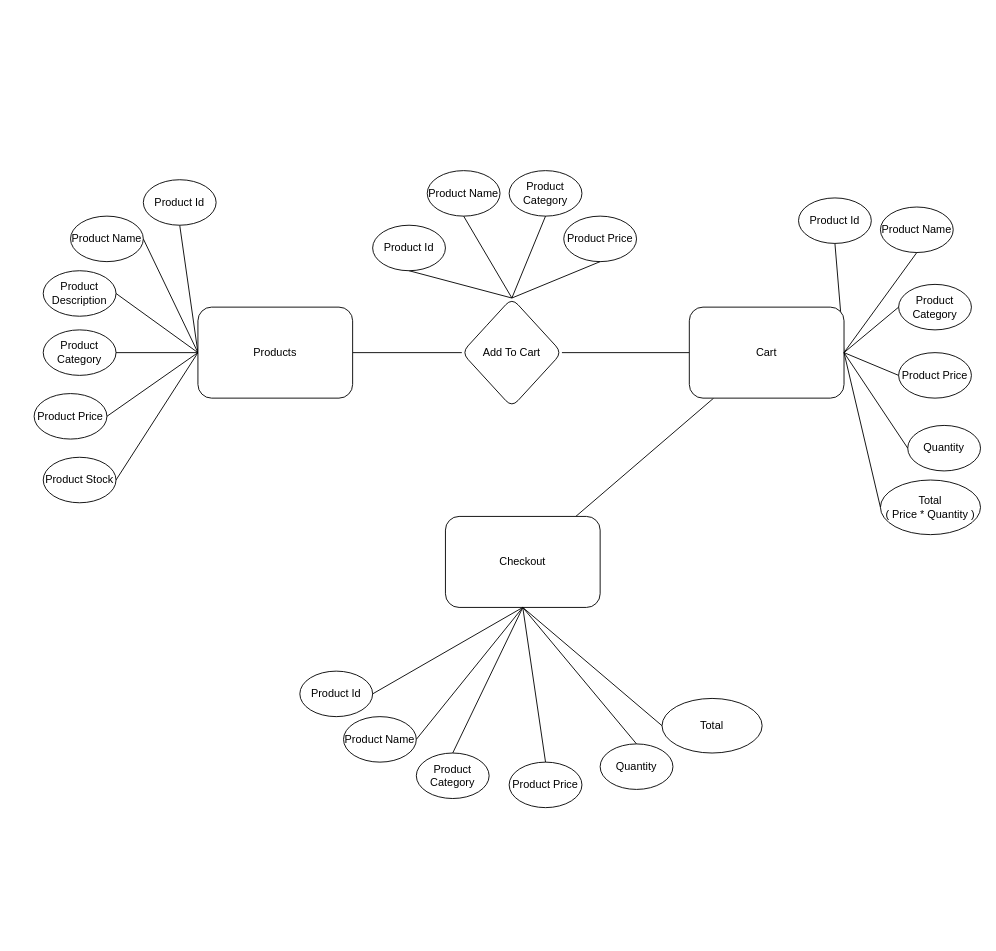
Above: MiniProject.drawio in RamadhanRzq/MiniProject-B (draw.io), before the change. Source tidied: cells renumbered, new cells numbered last; positions are measured from the earlier drawing's top-left corner, leaving out a move shared by most shapes. Both pictures are drawn from the tidied source at 91%, with x=0, y=0 at pixel (34, 170).
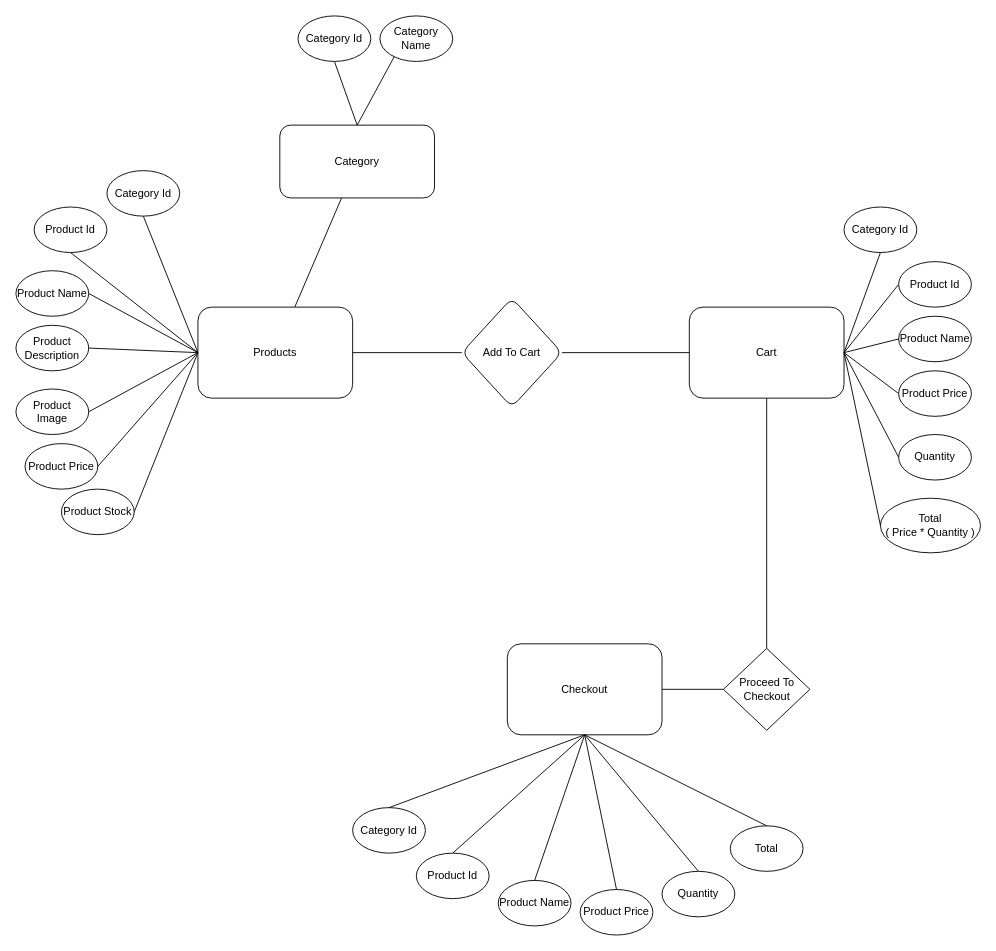
Above is the later version.

The change refers to these unchanged cells:
```xml
<mxCell id="6" value="Products" style="rounded=1;whiteSpace=wrap;html=1;" parent="1" vertex="1">
  <mxGeometry x="180" y="150" width="170" height="100" as="geometry" />
</mxCell>
<mxCell id="15" value="Add To Cart" style="rhombus;whiteSpace=wrap;html=1;rounded=1;" parent="1" vertex="1">
  <mxGeometry x="470" y="140" width="110" height="120" as="geometry" />
</mxCell>
<mxCell id="18" value="Cart" style="rounded=1;whiteSpace=wrap;html=1;" parent="1" vertex="1">
  <mxGeometry x="720" y="150" width="170" height="100" as="geometry" />
</mxCell>
```

Diff of the diagram source:
```diff
@@
+    <mxCell id="53" style="rounded=0;jettySize=auto;html=1;endArrow=none;endFill=0;" parent="1" edge="1" source="6" target="58">
+      <mxGeometry relative="1" as="geometry" />
+    </mxCell>
+    <mxCell id="54" style="rounded=0;jettySize=auto;html=1;exitX=0;exitY=0.5;exitDx=0;exitDy=0;entryX=0.5;entryY=1;entryDx=0;entryDy=0;endArrow=none;endFill=0;" parent="1" edge="1" source="6" target="63">
+      <mxGeometry relative="1" as="geometry" />
+    </mxCell>
@@
     <mxCell id="7" value="Product Id" style="ellipse;whiteSpace=wrap;html=1;" parent="1" vertex="1">
-      <mxGeometry x="120" y="10" width="80" height="50" as="geometry" />
+      <mxGeometry y="40" width="80" height="50" as="geometry" />
     </mxCell>
     <mxCell id="8" value="Product Name" style="ellipse;whiteSpace=wrap;html=1;" parent="1" vertex="1">
-      <mxGeometry x="40" y="50" width="80" height="50" as="geometry" />
+      <mxGeometry x="-20" y="110" width="80" height="50" as="geometry" />
     </mxCell>
-    <mxCell id="9" value="Product Category" style="ellipse;whiteSpace=wrap;html=1;" parent="1" vertex="1">
-      <mxGeometry x="10" y="175" width="80" height="50" as="geometry" />
+    <mxCell id="9" value="Product Image" style="ellipse;whiteSpace=wrap;html=1;" parent="1" vertex="1">
+      <mxGeometry x="-20" y="240" width="80" height="50" as="geometry" />
     </mxCell>
     <mxCell id="10" value="Product Price" style="ellipse;whiteSpace=wrap;html=1;" parent="1" vertex="1">
-      <mxGeometry y="245" width="80" height="50" as="geometry" />
+      <mxGeometry x="-10" y="300" width="80" height="50" as="geometry" />
     </mxCell>
@@
-    <mxCell id="14" style="rounded=0;jettySize=auto;html=1;exitX=0.5;exitY=0;exitDx=0;exitDy=0;entryX=0.5;entryY=1;entryDx=0;entryDy=0;endArrow=none;endFill=0;" parent="1" edge="1" source="15" target="21">
-      <mxGeometry relative="1" as="geometry" />
-    </mxCell>
@@
-    <mxCell id="16" style="rounded=0;jettySize=auto;html=1;exitX=1;exitY=0.5;exitDx=0;exitDy=0;entryX=0.5;entryY=1;entryDx=0;entryDy=0;endArrow=none;endFill=0;" parent="1" edge="1" source="18" target="28">
+    <mxCell id="16" style="rounded=0;jettySize=auto;html=1;exitX=1;exitY=0.5;exitDx=0;exitDy=0;entryX=0;entryY=0.5;entryDx=0;entryDy=0;endArrow=none;endFill=0;" parent="1" edge="1" source="18" target="28">
       <mxGeometry relative="1" as="geometry" />
     </mxCell>
-    <mxCell id="17" style="rounded=0;jettySize=auto;html=1;endArrow=none;endFill=0;" parent="1" edge="1" source="18" target="38">
-      <mxGeometry relative="1" as="geometry" />
-    </mxCell>
+    <mxCell id="55" style="rounded=0;jettySize=auto;html=1;exitX=0.5;exitY=1;exitDx=0;exitDy=0;entryX=0.5;entryY=0;entryDx=0;entryDy=0;endArrow=none;endFill=0;" parent="1" edge="1" source="18" target="56">
+      <mxGeometry relative="1" as="geometry" />
+    </mxCell>
@@
     <mxCell id="19" value="Product Stock" style="ellipse;whiteSpace=wrap;html=1;" parent="1" vertex="1">
-      <mxGeometry x="10" y="315" width="80" height="50" as="geometry" />
+      <mxGeometry x="30" y="350" width="80" height="50" as="geometry" />
     </mxCell>
-    <mxCell id="20" value="Product Category" style="ellipse;whiteSpace=wrap;html=1;" parent="1" vertex="1">
-      <mxGeometry x="522" width="80" height="50" as="geometry" />
-    </mxCell>
-    <mxCell id="21" value="Product Id" style="ellipse;whiteSpace=wrap;html=1;" parent="1" vertex="1">
-      <mxGeometry x="372" y="60" width="80" height="50" as="geometry" />
-    </mxCell>
-    <mxCell id="22" value="Product Price" style="ellipse;whiteSpace=wrap;html=1;" parent="1" vertex="1">
-      <mxGeometry x="582" y="50" width="80" height="50" as="geometry" />
-    </mxCell>
-    <mxCell id="23" value="Product Name" style="ellipse;whiteSpace=wrap;html=1;" parent="1" vertex="1">
-      <mxGeometry x="432" width="80" height="50" as="geometry" />
-    </mxCell>
-    <mxCell id="24" style="rounded=0;jettySize=auto;html=1;exitX=0.5;exitY=0;exitDx=0;exitDy=0;entryX=0.5;entryY=1;entryDx=0;entryDy=0;endArrow=none;endFill=0;" parent="1" edge="1" source="15" target="23">
-      <mxGeometry relative="1" as="geometry" />
-    </mxCell>
-    <mxCell id="25" style="rounded=0;jettySize=auto;html=1;exitX=0.5;exitY=0;exitDx=0;exitDy=0;entryX=0.5;entryY=1;entryDx=0;entryDy=0;endArrow=none;endFill=0;" parent="1" edge="1" source="15" target="20">
-      <mxGeometry relative="1" as="geometry" />
-    </mxCell>
-    <mxCell id="26" style="rounded=0;jettySize=auto;html=1;exitX=0.5;exitY=0;exitDx=0;exitDy=0;entryX=0.5;entryY=1;entryDx=0;entryDy=0;endArrow=none;endFill=0;" parent="1" edge="1" source="15" target="22">
-      <mxGeometry relative="1" as="geometry" />
-    </mxCell>
-    <mxCell id="27" value="Product Category" style="ellipse;whiteSpace=wrap;html=1;" parent="1" vertex="1">
-      <mxGeometry x="950" y="125" width="80" height="50" as="geometry" />
+    <mxCell id="27" value="Category Id" style="ellipse;whiteSpace=wrap;html=1;" parent="1" vertex="1">
+      <mxGeometry x="890" y="40" width="80" height="50" as="geometry" />
     </mxCell>
     <mxCell id="28" value="Product Id" style="ellipse;whiteSpace=wrap;html=1;" parent="1" vertex="1">
-      <mxGeometry x="840" y="30" width="80" height="50" as="geometry" />
+      <mxGeometry x="950" y="100" width="80" height="50" as="geometry" />
     </mxCell>
     <mxCell id="29" value="Product Price" style="ellipse;whiteSpace=wrap;html=1;" parent="1" vertex="1">
-      <mxGeometry x="950" y="200" width="80" height="50" as="geometry" />
+      <mxGeometry x="950" y="220" width="80" height="50" as="geometry" />
     </mxCell>
     <mxCell id="30" value="Product Name" style="ellipse;whiteSpace=wrap;html=1;" parent="1" vertex="1">
-      <mxGeometry x="930" y="40" width="80" height="50" as="geometry" />
+      <mxGeometry x="950" y="160" width="80" height="50" as="geometry" />
     </mxCell>
     <mxCell id="31" value="Quantity" style="ellipse;whiteSpace=wrap;html=1;" parent="1" vertex="1">
-      <mxGeometry x="960" y="280" width="80" height="50" as="geometry" />
+      <mxGeometry x="950" y="290" width="80" height="50" as="geometry" />
     </mxCell>
-    <mxCell id="32" style="rounded=0;jettySize=auto;html=1;exitX=1;exitY=0.5;exitDx=0;exitDy=0;entryX=0.5;entryY=1;entryDx=0;entryDy=0;endArrow=none;endFill=0;" parent="1" edge="1" source="18" target="30">
+    <mxCell id="32" style="rounded=0;jettySize=auto;html=1;exitX=1;exitY=0.5;exitDx=0;exitDy=0;entryX=0;entryY=0.5;entryDx=0;entryDy=0;endArrow=none;endFill=0;" parent="1" edge="1" source="18" target="30">
       <mxGeometry relative="1" as="geometry" />
     </mxCell>
-    <mxCell id="33" style="rounded=0;jettySize=auto;html=1;exitX=1;exitY=0.5;exitDx=0;exitDy=0;entryX=0;entryY=0.5;entryDx=0;entryDy=0;endArrow=none;endFill=0;" parent="1" edge="1" source="18" target="27">
+    <mxCell id="33" style="rounded=0;jettySize=auto;html=1;exitX=1;exitY=0.5;exitDx=0;exitDy=0;entryX=0.5;entryY=1;entryDx=0;entryDy=0;endArrow=none;endFill=0;" parent="1" edge="1" source="18" target="27">
       <mxGeometry relative="1" as="geometry" />
     </mxCell>
@@
     <mxCell id="36" value="Total &lt;br&gt;( Price * Quantity )" style="ellipse;whiteSpace=wrap;html=1;" parent="1" vertex="1">
-      <mxGeometry x="930" y="340" width="110" height="60" as="geometry" />
+      <mxGeometry x="930" y="360" width="110" height="60" as="geometry" />
     </mxCell>
@@
     <mxCell id="38" value="Checkout" style="rounded=1;whiteSpace=wrap;html=1;" parent="1" vertex="1">
-      <mxGeometry x="452" y="380" width="170" height="100" as="geometry" />
+      <mxGeometry x="520" y="520" width="170" height="100" as="geometry" />
     </mxCell>
-    <mxCell id="39" style="rounded=0;jettySize=auto;html=1;exitX=0.5;exitY=1;exitDx=0;exitDy=0;entryX=1;entryY=0.5;entryDx=0;entryDy=0;endArrow=none;endFill=0;" parent="1" edge="1" source="38" target="41">
+    <mxCell id="39" style="rounded=0;jettySize=auto;html=1;exitX=0.5;exitY=1;exitDx=0;exitDy=0;entryX=0.5;entryY=0;entryDx=0;entryDy=0;endArrow=none;endFill=0;" parent="1" edge="1" source="38" target="41">
       <mxGeometry relative="1" as="geometry" />
     </mxCell>
-    <mxCell id="40" value="Product Category" style="ellipse;whiteSpace=wrap;html=1;" parent="1" vertex="1">
-      <mxGeometry x="420" y="640" width="80" height="50" as="geometry" />
+    <mxCell id="40" value="Category Id" style="ellipse;whiteSpace=wrap;html=1;" parent="1" vertex="1">
+      <mxGeometry x="350" y="700" width="80" height="50" as="geometry" />
     </mxCell>
     <mxCell id="41" value="Product Id" style="ellipse;whiteSpace=wrap;html=1;" parent="1" vertex="1">
-      <mxGeometry x="292" y="550" width="80" height="50" as="geometry" />
+      <mxGeometry x="420" y="750" width="80" height="50" as="geometry" />
     </mxCell>
     <mxCell id="42" value="Product Price" style="ellipse;whiteSpace=wrap;html=1;" parent="1" vertex="1">
-      <mxGeometry x="522" y="650" width="80" height="50" as="geometry" />
+      <mxGeometry x="600" y="790" width="80" height="50" as="geometry" />
     </mxCell>
     <mxCell id="43" value="Product Name" style="ellipse;whiteSpace=wrap;html=1;" parent="1" vertex="1">
-      <mxGeometry x="340" y="600" width="80" height="50" as="geometry" />
+      <mxGeometry x="510" y="780" width="80" height="50" as="geometry" />
     </mxCell>
     <mxCell id="44" value="Quantity" style="ellipse;whiteSpace=wrap;html=1;" parent="1" vertex="1">
-      <mxGeometry x="622" y="630" width="80" height="50" as="geometry" />
+      <mxGeometry x="690" y="770" width="80" height="50" as="geometry" />
     </mxCell>
-    <mxCell id="45" style="rounded=0;jettySize=auto;html=1;exitX=0.5;exitY=1;exitDx=0;exitDy=0;entryX=1;entryY=0.5;entryDx=0;entryDy=0;endArrow=none;endFill=0;" parent="1" edge="1" source="38" target="43">
+    <mxCell id="45" style="rounded=0;jettySize=auto;html=1;exitX=0.5;exitY=1;exitDx=0;exitDy=0;entryX=0.5;entryY=0;entryDx=0;entryDy=0;endArrow=none;endFill=0;" parent="1" edge="1" source="38" target="43">
       <mxGeometry relative="1" as="geometry" />
     </mxCell>
@@
     <mxCell id="49" value="Total" style="ellipse;whiteSpace=wrap;html=1;" parent="1" vertex="1">
-      <mxGeometry x="690" y="580" width="110" height="60" as="geometry" />
+      <mxGeometry x="765" y="720" width="80" height="50" as="geometry" />
     </mxCell>
-    <mxCell id="50" style="rounded=0;jettySize=auto;html=1;entryX=0;entryY=0.5;entryDx=0;entryDy=0;endArrow=none;endFill=0;exitX=0.5;exitY=1;exitDx=0;exitDy=0;" parent="1" edge="1" source="38" target="49">
+    <mxCell id="50" style="rounded=0;jettySize=auto;html=1;entryX=0.5;entryY=0;entryDx=0;entryDy=0;endArrow=none;endFill=0;exitX=0.5;exitY=1;exitDx=0;exitDy=0;" parent="1" edge="1" source="38" target="49">
       <mxGeometry relative="1" as="geometry" />
     </mxCell>
     <mxCell id="51" value="Product Description" style="ellipse;whiteSpace=wrap;html=1;" parent="1" vertex="1">
-      <mxGeometry x="10" y="110" width="80" height="50" as="geometry" />
+      <mxGeometry x="-20" y="170" width="80" height="50" as="geometry" />
     </mxCell>
@@
+    <mxCell id="56" value="Proceed To Checkout" style="rhombus;whiteSpace=wrap;html=1;" parent="1" vertex="1">
+      <mxGeometry x="757.5" y="525" width="95" height="90" as="geometry" />
+    </mxCell>
+    <mxCell id="57" style="rounded=0;jettySize=auto;html=1;exitX=0;exitY=0.5;exitDx=0;exitDy=0;entryX=1;entryY=0.5;entryDx=0;entryDy=0;endArrow=none;endFill=0;" parent="1" edge="1" source="56" target="38">
+      <mxGeometry relative="1" as="geometry" />
+    </mxCell>
+    <mxCell id="58" value="Category" style="whiteSpace=wrap;html=1;rounded=1;" parent="1" vertex="1">
+      <mxGeometry x="270" y="-50" width="170" height="80" as="geometry" />
+    </mxCell>
+    <mxCell id="59" style="rounded=0;jettySize=auto;html=1;exitX=0.5;exitY=1;exitDx=0;exitDy=0;entryX=0.5;entryY=0;entryDx=0;entryDy=0;endArrow=none;endFill=0;" parent="1" edge="1" source="60" target="58">
+      <mxGeometry relative="1" as="geometry" />
+    </mxCell>
+    <mxCell id="60" value="Category Id" style="ellipse;whiteSpace=wrap;html=1;" parent="1" vertex="1">
+      <mxGeometry x="290" y="-170" width="80" height="50" as="geometry" />
+    </mxCell>
+    <mxCell id="61" style="rounded=0;jettySize=auto;html=1;exitX=0.5;exitY=0;exitDx=0;exitDy=0;entryX=0.5;entryY=0;entryDx=0;entryDy=0;endArrow=none;endFill=0;" parent="1" edge="1" source="62" target="58">
+      <mxGeometry relative="1" as="geometry" />
+    </mxCell>
+    <mxCell id="62" value="Category Name" style="ellipse;whiteSpace=wrap;html=1;" parent="1" vertex="1">
+      <mxGeometry x="380" y="-170" width="80" height="50" as="geometry" />
+    </mxCell>
+    <mxCell id="63" value="Category Id" style="ellipse;whiteSpace=wrap;html=1;" parent="1" vertex="1">
+      <mxGeometry x="80" width="80" height="50" as="geometry" />
+    </mxCell>
```
